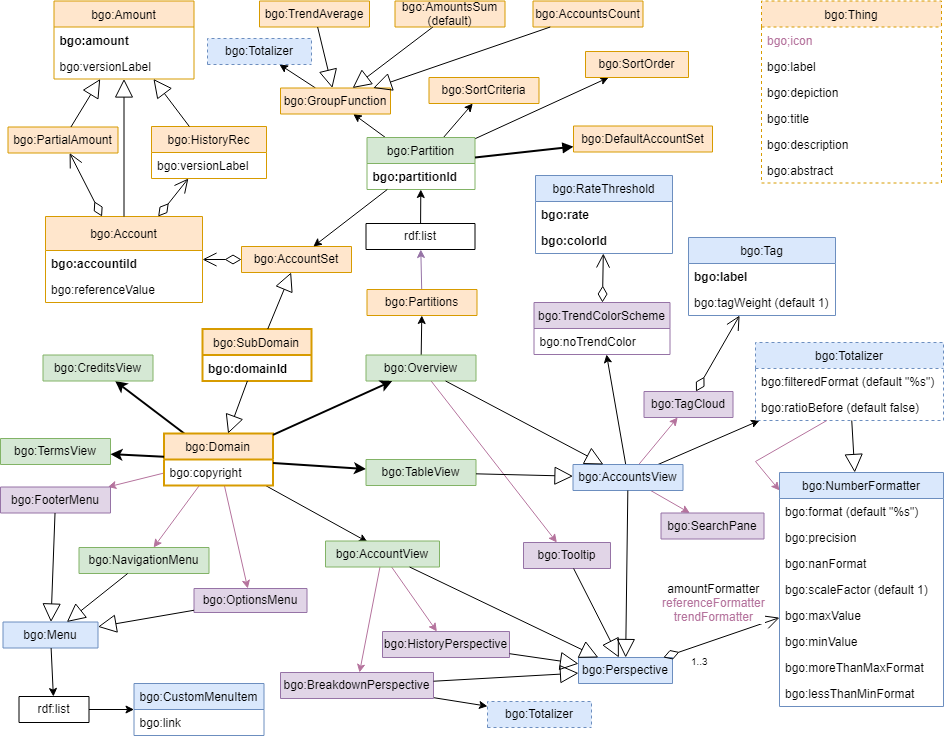
Earlier version of the draw.io export v1/bgo/doc/uml-diagram.png (linkeddatacenter/LODMAP-ontologies). Source tidied: cells renumbered, new cells last; positions are measured from the earlier drawing's top-left corner, leaving out a move shared by most shapes.
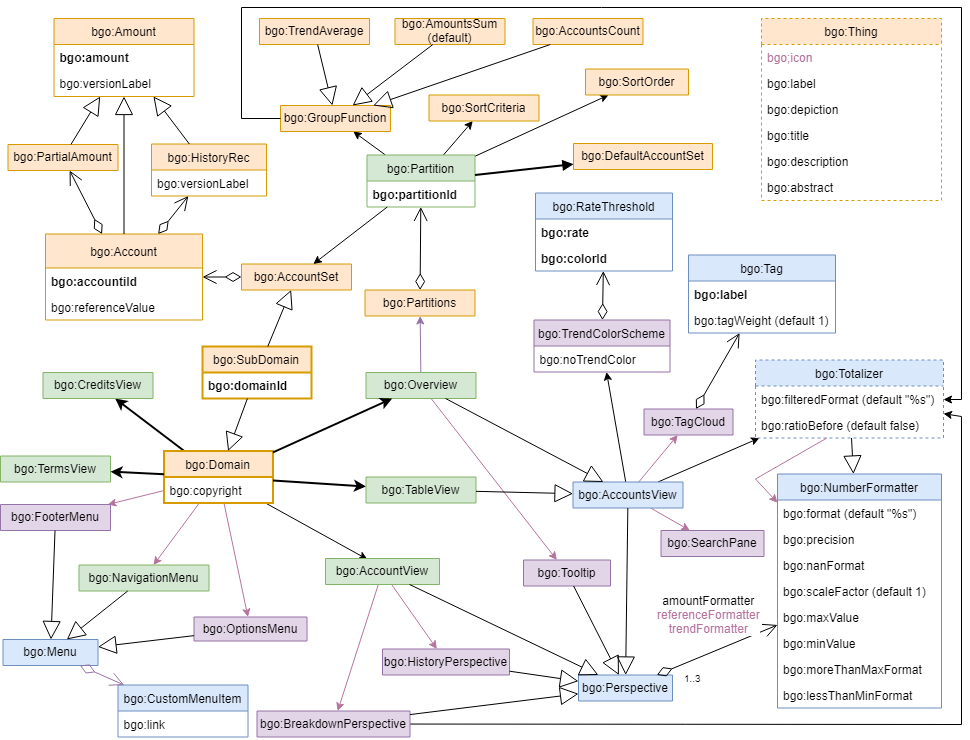
The same diagram one commit later.

Commit message:
removed usage of rdf:list

Change to the diagram source:
```diff
@@ -135,9 +135,6 @@
     <mxCell id="44" style="html=1;align=left;verticalAlign=bottom;labelBackgroundColor=#ffffff;fontSize=10;" parent="43" vertex="1">
       <mxGeometry x="-1" relative="1" as="geometry" />
     </mxCell>
-    <mxCell id="45" style="edgeStyle=none;rounded=0;jettySize=auto;html=1;" parent="1" edge="1" source="46" target="139">
-      <mxGeometry relative="1" as="geometry" />
-    </mxCell>
     <mxCell id="46" value="bgo:GroupFunction" style="swimlane;fontStyle=0;horizontal=1;startSize=26;fillColor=#ffe6cc;swimlaneFillColor=#ffffff;strokeColor=#d79b00;fontColor=#000000;" parent="1" vertex="1" collapsed="1">
       <mxGeometry x="280" y="86.5" width="110" height="26" as="geometry" />
     </mxCell>
@@ -156,7 +153,7 @@
     <mxCell id="51" style="edgeStyle=none;rounded=0;jettySize=auto;html=1;strokeColor=#B5739D;" parent="1" edge="1" source="56" target="75">
       <mxGeometry relative="1" as="geometry" />
     </mxCell>
-    <mxCell id="52" style="edgeStyle=none;rounded=0;jettySize=auto;html=1;" parent="1" edge="1" source="53" target="89">
+    <mxCell id="52" style="edgeStyle=none;rounded=0;jettySize=auto;html=1;fillColor=#e1d5e7;strokeColor=#9673a6;" parent="1" edge="1" source="53" target="89">
       <mxGeometry relative="1" as="geometry" />
     </mxCell>
     <mxCell id="53" value="bgo:Overview" style="swimlane;fontStyle=0;horizontal=1;startSize=26;fillColor=#d5e8d4;swimlaneFillColor=#ffffff;strokeColor=#82b366;" parent="1" vertex="1" collapsed="1">
@@ -184,7 +181,7 @@
       <mxGeometry x="78.5" y="546" width="130" height="26" as="geometry" />
     </mxCell>
     <mxCell id="61" value="bgo:OptionsMenu" style="swimlane;fontStyle=0;horizontal=1;startSize=26;fillColor=#e1d5e7;swimlaneFillColor=#ffffff;strokeColor=#9673a6;" parent="1" vertex="1" collapsed="1">
-      <mxGeometry x="193.5" y="587" width="113" height="24" as="geometry" />
+      <mxGeometry x="193.5" y="598" width="113" height="24" as="geometry" />
     </mxCell>
     <mxCell id="62" value="bgo:FooterMenu" style="swimlane;fontStyle=0;horizontal=1;startSize=26;fillColor=#e1d5e7;swimlaneFillColor=#ffffff;strokeColor=#9673a6;" parent="1" vertex="1" collapsed="1">
       <mxGeometry y="485.5" width="110" height="26" as="geometry" />
@@ -201,23 +198,8 @@
     <mxCell id="66" style="endArrow=block;endSize=16;endFill=0;html=1;" parent="1" edge="1" source="62" target="63">
       <mxGeometry relative="1" as="geometry" />
     </mxCell>
-    <mxCell id="67" style="rounded=0;jettySize=auto;html=1;" parent="1" edge="1" source="68" target="41">
-      <mxGeometry relative="1" as="geometry" />
-    </mxCell>
-    <mxCell id="68" value="rdf:list" style="swimlane;fontStyle=0;horizontal=1;startSize=26;swimlaneFillColor=#ffffff;" parent="1" vertex="1" collapsed="1">
-      <mxGeometry x="365.5" y="222" width="109" height="26" as="geometry" />
-    </mxCell>
-    <mxCell id="69" style="edgeStyle=none;rounded=0;jettySize=auto;html=1;" parent="1" edge="1" source="70" target="72">
-      <mxGeometry relative="1" as="geometry" />
-    </mxCell>
-    <mxCell id="70" value="rdf:list" style="swimlane;fontStyle=0;horizontal=1;startSize=26;swimlaneFillColor=#ffffff;" parent="1" vertex="1" collapsed="1">
-      <mxGeometry x="18.5" y="695" width="70" height="26" as="geometry" />
-    </mxCell>
-    <mxCell id="71" style="rounded=0;jettySize=auto;html=1;" parent="1" edge="1" source="63" target="70">
-      <mxGeometry relative="1" as="geometry" />
-    </mxCell>
     <mxCell id="72" value="bgo:CustomMenuItem" style="swimlane;fontStyle=0;horizontal=1;startSize=26;fillColor=#dae8fc;swimlaneFillColor=#ffffff;strokeColor=#6c8ebf;" parent="1" vertex="1">
-      <mxGeometry x="133.5" y="682" width="130" height="52" as="geometry" />
+      <mxGeometry x="117.5" y="666" width="130" height="52" as="geometry" />
     </mxCell>
     <mxCell id="73" value="bgo:link" style="text;strokeColor=none;fillColor=none;align=left;verticalAlign=top;spacingLeft=4;spacingRight=4;overflow=hidden;dashed=1;" parent="72" vertex="1">
       <mxGeometry y="26" width="130" height="26" as="geometry" />
@@ -266,11 +248,8 @@
     <mxCell id="87" style="endArrow=block;endSize=16;endFill=0;html=1;" parent="1" edge="1" source="86" target="56">
       <mxGeometry relative="1" as="geometry" />
     </mxCell>
-    <mxCell id="88" style="rounded=0;jettySize=auto;html=1;fillColor=#e1d5e7;strokeColor=#9673a6;" parent="1" edge="1" source="89" target="68">
-      <mxGeometry relative="1" as="geometry" />
-    </mxCell>
     <mxCell id="89" value="bgo:Partitions" style="swimlane;fontStyle=0;horizontal=1;startSize=26;fillColor=#ffe6cc;swimlaneFillColor=#ffffff;strokeColor=#d79b00;" parent="1" vertex="1" collapsed="1">
-      <mxGeometry x="366.5" y="288" width="110" height="26" as="geometry" />
+      <mxGeometry x="364.5" y="271" width="110" height="26" as="geometry" />
     </mxCell>
     <mxCell id="90" value="bgo:RateThreshold" style="swimlane;fontStyle=0;horizontal=1;startSize=26;fillColor=#dae8fc;swimlaneFillColor=#ffffff;strokeColor=#6c8ebf;" parent="1" vertex="1">
       <mxGeometry x="535" y="174" width="137" height="78" as="geometry" />
@@ -318,11 +297,16 @@
     <mxCell id="103" style="edgeStyle=none;rounded=0;jettySize=auto;html=1;" parent="1" edge="1" source="41" target="34">
       <mxGeometry relative="1" as="geometry" />
     </mxCell>
-    <mxCell id="104" style="edgeStyle=none;rounded=0;jettySize=auto;html=1;" parent="1" edge="1" source="105" target="138">
-      <mxGeometry relative="1" as="geometry" />
+    <mxCell id="104" style="edgeStyle=none;rounded=0;jettySize=auto;html=1;" parent="1" edge="1" source="105" target="118">
+      <mxGeometry relative="1" as="geometry">
+        <Array as="points">
+          <mxPoint x="961" y="705.5" />
+          <mxPoint x="961" y="397.5" />
+        </Array>
+      </mxGeometry>
     </mxCell>
     <mxCell id="105" value="bgo:BreakdownPerspective" style="swimlane;fontStyle=0;horizontal=1;startSize=26;fillColor=#e1d5e7;swimlaneFillColor=#ffffff;strokeColor=#9673a6;" parent="1" vertex="1" collapsed="1">
-      <mxGeometry x="280" y="671" width="153" height="26" as="geometry" />
+      <mxGeometry x="256.5" y="692" width="153" height="26" as="geometry" />
     </mxCell>
     <mxCell id="106" value="bgo:Tooltip" style="swimlane;fontStyle=0;horizontal=1;startSize=34;fillColor=#e1d5e7;swimlaneFillColor=#ffffff;strokeColor=#9673a6;" parent="1" vertex="1" collapsed="1">
       <mxGeometry x="523" y="541" width="87" height="26" as="geometry" />
@@ -334,7 +318,7 @@
       <mxGeometry relative="1" as="geometry" />
     </mxCell>
     <mxCell id="109" value="bgo:NumberFormatter" style="swimlane;fontStyle=0;horizontal=1;startSize=26;fillColor=#dae8fc;swimlaneFillColor=#ffffff;strokeColor=#6c8ebf;" parent="1" vertex="1">
-      <mxGeometry x="779" y="471" width="164" height="234" as="geometry" />
+      <mxGeometry x="777" y="455" width="164" height="234" as="geometry" />
     </mxCell>
     <mxCell id="110" value="bgo:format (default &quot;%s&quot;)" style="text;strokeColor=none;fillColor=none;align=left;verticalAlign=top;spacingLeft=4;spacingRight=4;overflow=hidden;fontStyle=0;" parent="109" vertex="1">
       <mxGeometry y="26" width="164" height="26" as="geometry" />
@@ -428,12 +412,16 @@
     <mxCell id="137" style="endArrow=block;endSize=16;endFill=0;html=1;" parent="1" edge="1" source="56" target="122">
       <mxGeometry relative="1" as="geometry" />
     </mxCell>
-    <mxCell id="138" value="bgo:Totalizer" style="swimlane;fontStyle=0;horizontal=1;startSize=26;fillColor=#dae8fc;swimlaneFillColor=#ffffff;strokeColor=#6c8ebf;dashed=1;" parent="1" vertex="1" collapsed="1">
-      <mxGeometry x="487" y="700" width="104" height="26" as="geometry" />
-    </mxCell>
-    <mxCell id="139" value="bgo:Totalizer" style="swimlane;fontStyle=0;horizontal=1;startSize=26;fillColor=#dae8fc;swimlaneFillColor=#ffffff;strokeColor=#6c8ebf;dashed=1;" parent="1" vertex="1" collapsed="1">
-      <mxGeometry x="207" y="37" width="104" height="26" as="geometry" />
-    </mxCell>
+    <mxCell id="146" style="edgeStyle=orthogonalEdgeStyle;rounded=0;jettySize=auto;html=1;" parent="1" edge="1" source="46" target="118">
+      <mxGeometry relative="1" as="geometry">
+        <Array as="points">
+          <mxPoint x="241" y="99.5" />
+          <mxPoint x="241" y="-11.5" />
+          <mxPoint x="961" y="-11.5" />
+          <mxPoint x="961" y="380.5" />
+        </Array>
+      </mxGeometry>
+    </mxCell>
     <mxCell id="140" value="bgo:TrendAverage" style="swimlane;fontStyle=0;horizontal=1;startSize=26;fillColor=#ffe6cc;swimlaneFillColor=#ffffff;strokeColor=#d79b00;" parent="1" vertex="1" collapsed="1">
       <mxGeometry x="259" y="-0.5" width="110" height="26" as="geometry" />
     </mxCell>
@@ -452,5 +440,27 @@
     <mxCell id="145" style="endArrow=block;endSize=16;endFill=0;html=1;" parent="1" edge="1" source="143" target="46">
       <mxGeometry x="-0.05" y="-7" relative="1" as="geometry" />
     </mxCell>
+    <mxCell id="147" style="endArrow=open;html=1;endSize=12;startArrow=diamondThin;startSize=14;startFill=0;fillColor=#e1d5e7;strokeColor=#9673a6;" parent="1" edge="1" source="63" target="72">
+      <mxGeometry x="0.55" y="-7" relative="1" as="geometry" />
+    </mxCell>
+    <mxCell id="148" style="html=1;align=left;verticalAlign=top;labelBackgroundColor=#ffffff;fontSize=10;rotation=10;" parent="147" vertex="1">
+      <mxGeometry x="-1" relative="1" as="geometry">
+        <mxPoint x="8" y="-32" as="offset" />
+      </mxGeometry>
+    </mxCell>
+    <mxCell id="149" style="html=1;align=right;verticalAlign=top;labelBackgroundColor=#ffffff;fontSize=10;" parent="147" vertex="1">
+      <mxGeometry x="1" relative="1" as="geometry" />
+    </mxCell>
+    <mxCell id="150" style="endArrow=open;html=1;endSize=12;startArrow=diamondThin;startSize=14;startFill=0;" parent="1" edge="1" source="89" target="41">
+      <mxGeometry x="0.55" y="-7" relative="1" as="geometry" />
+    </mxCell>
+    <mxCell id="151" style="html=1;align=left;verticalAlign=top;labelBackgroundColor=#ffffff;fontSize=10;rotation=10;" parent="150" vertex="1">
+      <mxGeometry x="-1" relative="1" as="geometry">
+        <mxPoint x="8" y="-32" as="offset" />
+      </mxGeometry>
+    </mxCell>
+    <mxCell id="152" style="html=1;align=right;verticalAlign=top;labelBackgroundColor=#ffffff;fontSize=10;" parent="150" vertex="1">
+      <mxGeometry x="1" relative="1" as="geometry" />
+    </mxCell>
   </root>
 </mxGraphModel>
```
